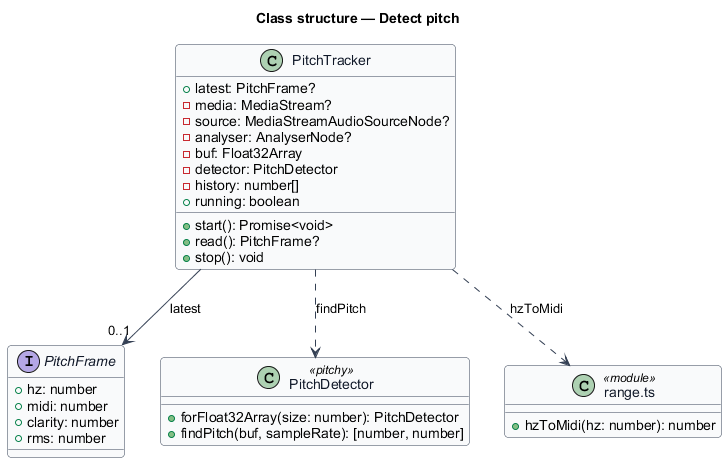
Earlier version of the PlantUML export docs/detailed-designs/audio-engine/detect-pitch/diagrams/class-structure.png (QuinntyneBrown/TwinkleTune).
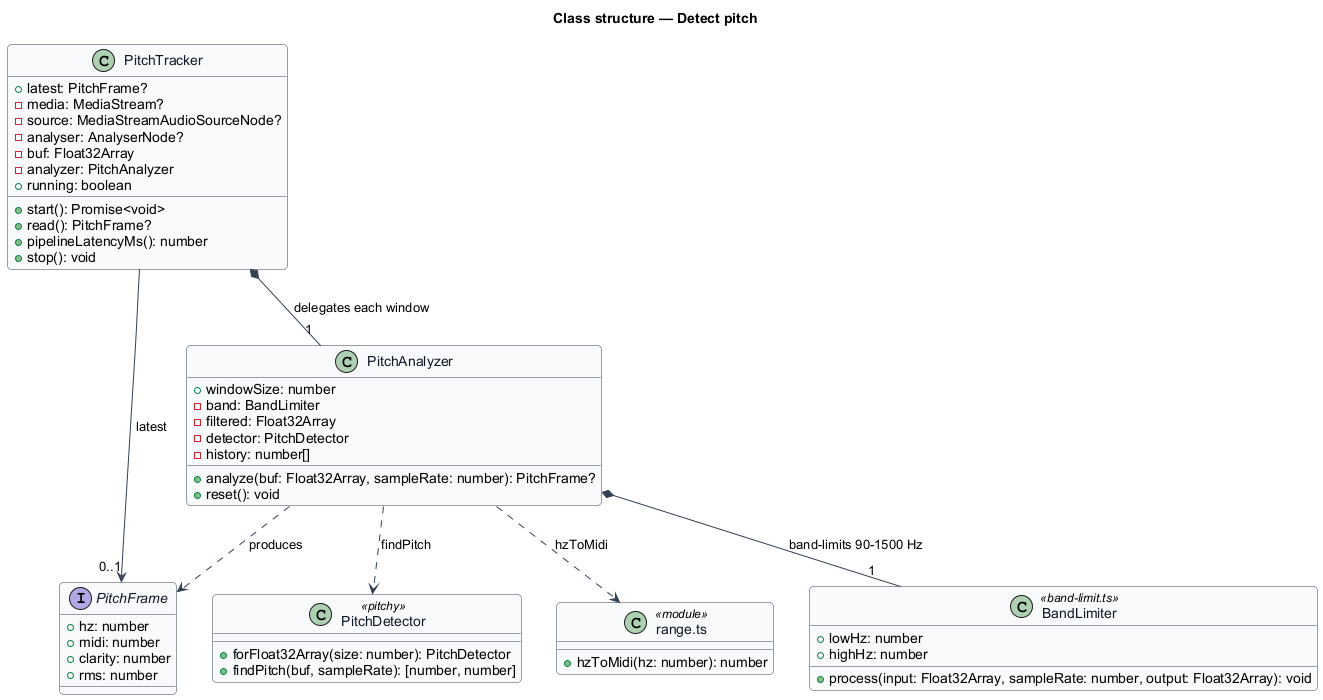
Above is the later version.

Commit message:
Specify band-limited pitch detection (AE-L2-19, AE-L2-20)

Diff of the diagram source:
```diff
@@ -17,12 +17,28 @@
   -source: MediaStreamAudioSourceNode?
   -analyser: AnalyserNode?
   -buf: Float32Array
-  -detector: PitchDetector
-  -history: number[]
+  -analyzer: PitchAnalyzer
   +running: boolean
   +start(): Promise<void>
   +read(): PitchFrame?
+  +pipelineLatencyMs(): number
   +stop(): void
+}
+
+class PitchAnalyzer {
+  +windowSize: number
+  -band: BandLimiter
+  -filtered: Float32Array
+  -detector: PitchDetector
+  -history: number[]
+  +analyze(buf: Float32Array, sampleRate: number): PitchFrame?
+  +reset(): void
+}
+
+class BandLimiter <<band-limit.ts>> {
+  +lowHz: number
+  +highHz: number
+  +process(input: Float32Array, sampleRate: number, output: Float32Array): void
 }
 
 interface PitchFrame {
@@ -42,6 +58,9 @@
 }
 
 PitchTracker --> "0..1" PitchFrame : latest
-PitchTracker ..> Detector : findPitch
-PitchTracker ..> RangeMod : hzToMidi
+PitchTracker *-- "1" PitchAnalyzer : delegates each window
+PitchAnalyzer *-- "1" BandLimiter : band-limits 90-1500 Hz
+PitchAnalyzer ..> PitchFrame : produces
+PitchAnalyzer ..> Detector : findPitch
+PitchAnalyzer ..> RangeMod : hzToMidi
 @enduml
```
